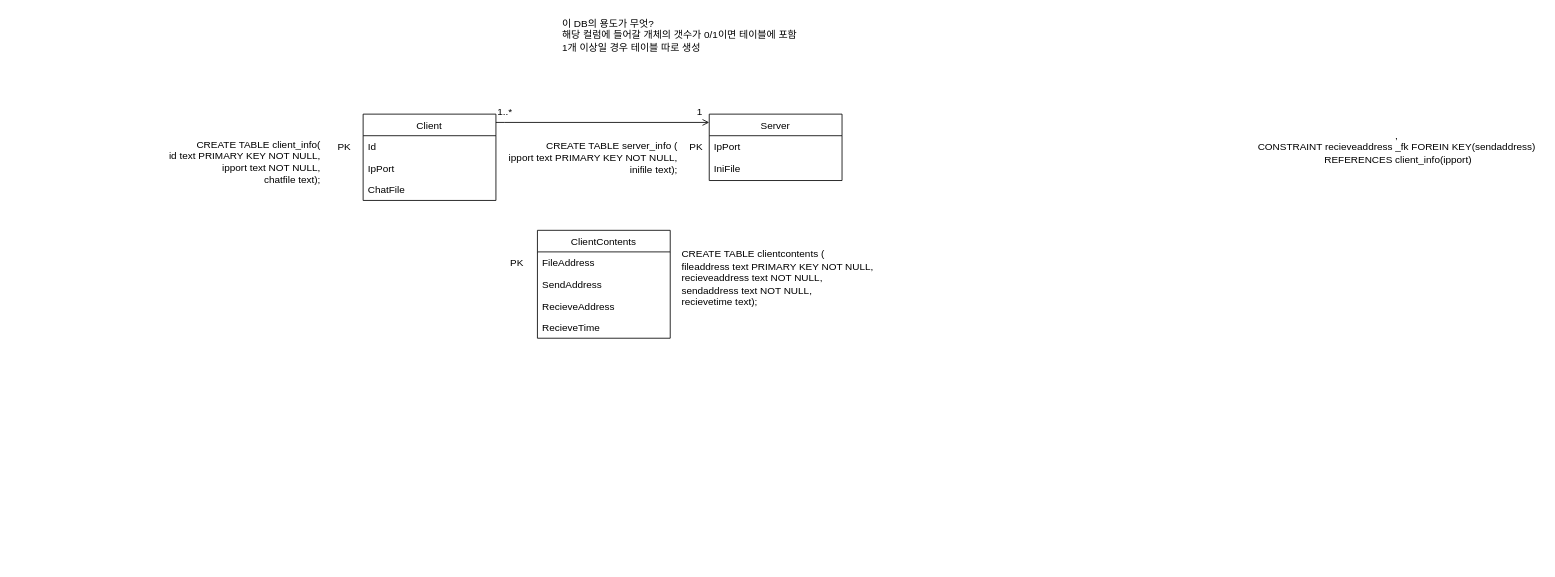
hisouske/4dplex_ojt keeps this draw.io diagram as Untitled Diagram.drawio. Above is the earlier version. Source tidied: cells renumbered, new cells numbered last; positions are measured from the earlier drawing's top-left corner, leaving out a move shared by most shapes. Both pictures are drawn from the tidied source at 83%, with x=0, y=0 at pixel (155, 14).
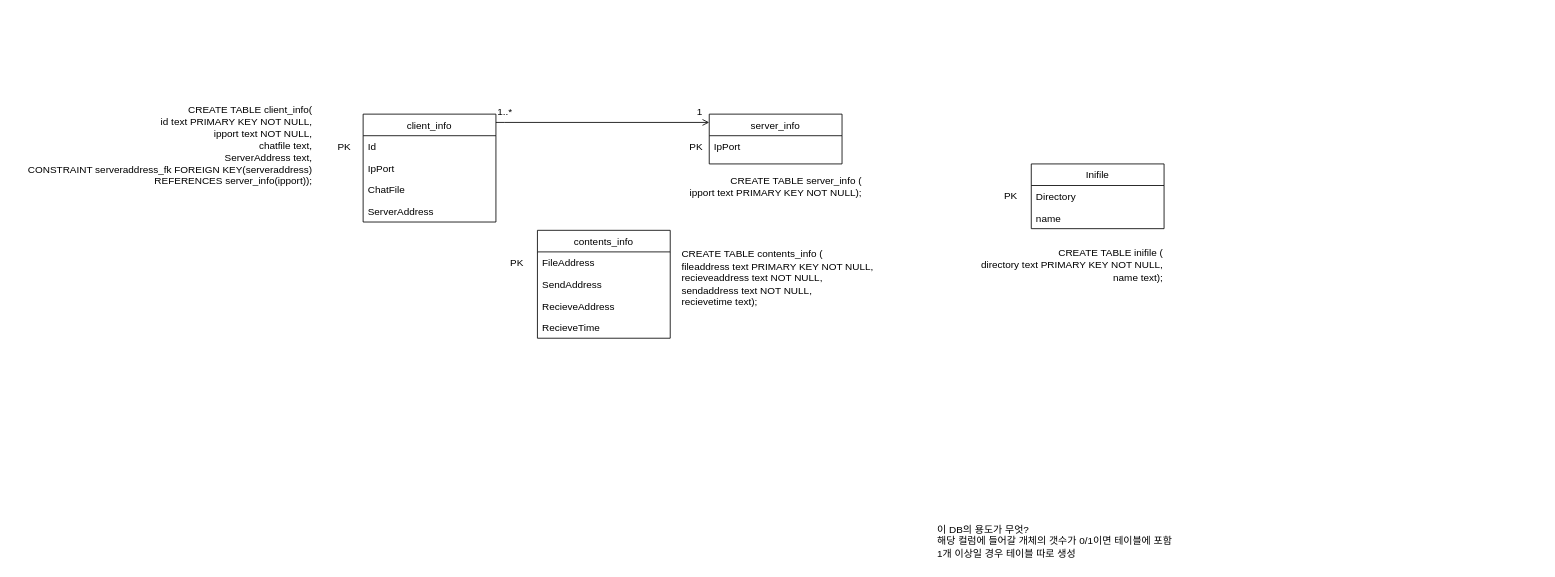
The same page after the edit.

Change to the diagram source:
```diff
@@
-    <mxCell id="2" value="Client" style="swimlane;fontStyle=0;align=center;verticalAlign=top;horizontal=1;startSize=26;rounded=0;shadow=0;strokeWidth=1;" parent="1" vertex="1">
-      <mxGeometry x="250" y="120" width="160" height="104" as="geometry" />
+    <mxCell id="2" value="client_info" style="swimlane;fontStyle=0;align=center;verticalAlign=top;horizontal=1;startSize=26;rounded=0;shadow=0;strokeWidth=1;" parent="1" vertex="1">
+      <mxGeometry x="250" y="120" width="160" height="130" as="geometry" />
     </mxCell>
@@
+    <mxCell id="25" value="ChatFile" style="text;align=left;verticalAlign=top;spacingLeft=4;spacingRight=4;overflow=hidden;rounded=0;shadow=0;html=0;" parent="2" vertex="1">
+      <mxGeometry y="78" width="160" height="26" as="geometry" />
+    </mxCell>
-    <mxCell id="5" value="ChatFile" style="text;align=left;verticalAlign=top;spacingLeft=4;spacingRight=4;overflow=hidden;rounded=0;shadow=0;html=0;" parent="2" vertex="1">
-      <mxGeometry y="78" width="160" height="26" as="geometry" />
+    <mxCell id="5" value="ServerAddress" style="text;align=left;verticalAlign=top;spacingLeft=4;spacingRight=4;overflow=hidden;rounded=0;shadow=0;html=0;" parent="2" vertex="1">
+      <mxGeometry y="104" width="160" height="26" as="geometry" />
     </mxCell>
-    <mxCell id="6" value="ClientContents" style="swimlane;fontStyle=0;align=center;verticalAlign=top;horizontal=1;startSize=26;rounded=0;shadow=0;strokeWidth=1;" parent="1" vertex="1">
+    <mxCell id="6" value="contents_info" style="swimlane;fontStyle=0;align=center;verticalAlign=top;horizontal=1;startSize=26;rounded=0;shadow=0;strokeWidth=1;" parent="1" vertex="1">
       <mxGeometry x="460" y="260" width="160" height="130" as="geometry" />
     </mxCell>
@@
-    <mxCell id="11" value="Server" style="swimlane;fontStyle=0;align=center;verticalAlign=top;horizontal=1;startSize=26;rounded=0;shadow=0;strokeWidth=1;" parent="1" vertex="1">
-      <mxGeometry x="667" y="120" width="160" height="80" as="geometry" />
+    <mxCell id="11" value="server_info" style="swimlane;fontStyle=0;align=center;verticalAlign=top;horizontal=1;startSize=26;rounded=0;shadow=0;strokeWidth=1;" parent="1" vertex="1">
+      <mxGeometry x="667" y="120" width="160" height="60" as="geometry" />
     </mxCell>
@@
-    <mxCell id="13" value="IniFile" style="text;align=left;verticalAlign=top;spacingLeft=4;spacingRight=4;overflow=hidden;rounded=0;shadow=0;html=0;" parent="11" vertex="1">
-      <mxGeometry y="52" width="160" height="26" as="geometry" />
-    </mxCell>
@@
-    <mxCell id="20" value="CREATE TABLE client_info(&lt;br&gt;id text PRIMARY KEY NOT NULL,&lt;br&gt;ipport text NOT NULL,&lt;br&gt;chatfile text);&lt;br&gt;&amp;nbsp;&amp;nbsp;" style="text;html=1;align=right;verticalAlign=middle;strokeColor=none;" parent="1" vertex="1">
-      <mxGeometry y="150" width="200" height="70" as="geometry" />
+    <mxCell id="20" value="CREATE TABLE client_info(&lt;br&gt;id text PRIMARY KEY NOT NULL,&lt;br&gt;ipport text NOT NULL,&lt;br&gt;chatfile text,&lt;br&gt;&lt;span style=&quot;text-align: left&quot;&gt;ServerAddress text,&lt;/span&gt;&lt;br&gt;CONSTRAINT serveraddress_fk FOREIGN KEY(serveraddress)&lt;br&gt;REFERENCES server_info(ipport));&lt;br&gt;&amp;nbsp;&amp;nbsp;" style="text;html=1;align=right;verticalAlign=middle;strokeColor=none;" parent="1" vertex="1">
+      <mxGeometry x="-170" y="110" width="360" height="110" as="geometry" />
     </mxCell>
-    <mxCell id="21" value="CREATE TABLE clientcontents (&lt;br&gt;fileaddress text PRIMARY KEY NOT NULL,&lt;br&gt;recieveaddress text NOT NULL,&lt;br&gt;sendaddress text NOT NULL,&lt;br&gt;recievetime text);&lt;br&gt;&amp;nbsp;&amp;nbsp;" style="text;html=1;align=left;verticalAlign=middle;strokeColor=none;" parent="1" vertex="1">
+    <mxCell id="21" value="CREATE TABLE contents_info (&lt;br&gt;fileaddress text PRIMARY KEY NOT NULL,&lt;br&gt;recieveaddress text NOT NULL,&lt;br&gt;sendaddress text NOT NULL,&lt;br&gt;recievetime text);&lt;br&gt;&amp;nbsp;&amp;nbsp;" style="text;html=1;align=left;verticalAlign=middle;strokeColor=none;" parent="1" vertex="1">
       <mxGeometry x="632" y="280" width="250" height="90" as="geometry" />
     </mxCell>
     <mxCell id="22" value="이 DB의 용도가 무엇?&lt;br&gt;해당 컬럼에 들어갈 개체의 갯수가 0/1이면 테이블에 포함&lt;br&gt;1개 이상일 경우 테이블 따로 생성" style="text;html=1;align=left;verticalAlign=middle;strokeColor=none;" parent="1" vertex="1">
-      <mxGeometry x="488" width="320" height="50" as="geometry" />
+      <mxGeometry x="940" y="610" width="320" height="50" as="geometry" />
     </mxCell>
-    <mxCell id="23" value="CREATE TABLE server_info (&lt;br&gt;ipport text PRIMARY KEY NOT NULL,&lt;br&gt;inifile text);&lt;br&gt;&amp;nbsp;&amp;nbsp;" style="text;html=1;align=right;verticalAlign=middle;strokeColor=none;" parent="1" vertex="1">
-      <mxGeometry x="410" y="150" width="220" height="60" as="geometry" />
+    <mxCell id="23" value="CREATE TABLE server_info (&lt;br&gt;ipport text PRIMARY KEY NOT NULL);&lt;br&gt;&amp;nbsp;&amp;nbsp;" style="text;html=1;align=right;verticalAlign=middle;strokeColor=none;" parent="1" vertex="1">
+      <mxGeometry x="632" y="190" width="220" height="50" as="geometry" />
     </mxCell>
-    <mxCell id="24" value="&lt;span style=&quot;text-align: left&quot;&gt;,&lt;/span&gt;&lt;br style=&quot;text-align: left&quot;&gt;&lt;span style=&quot;text-align: left&quot;&gt;CONSTRAINT recieveaddress&amp;nbsp;_fk FOREIN KEY(sendaddress)&lt;/span&gt;&lt;br style=&quot;text-align: left&quot;&gt;&lt;span style=&quot;text-align: left&quot;&gt;&amp;nbsp;REFERENCES client_info(ipport)&lt;/span&gt;" style="text;html=1;align=center;verticalAlign=middle;strokeColor=none;" parent="1" vertex="1">
-      <mxGeometry x="1320" y="135" width="350" height="50" as="geometry" />
-    </mxCell>
+    <mxCell id="26" value="Inifile" style="swimlane;fontStyle=0;align=center;verticalAlign=top;horizontal=1;startSize=26;rounded=0;shadow=0;strokeWidth=1;" parent="1" vertex="1">
+      <mxGeometry x="1055" y="180" width="160" height="78" as="geometry" />
+    </mxCell>
+    <mxCell id="27" value="Directory" style="text;align=left;verticalAlign=top;spacingLeft=4;spacingRight=4;overflow=hidden;rounded=0;shadow=0;html=0;" parent="26" vertex="1">
+      <mxGeometry y="26" width="160" height="26" as="geometry" />
+    </mxCell>
+    <mxCell id="28" value="name" style="text;align=left;verticalAlign=top;spacingLeft=4;spacingRight=4;overflow=hidden;rounded=0;shadow=0;html=0;" parent="26" vertex="1">
+      <mxGeometry y="52" width="160" height="26" as="geometry" />
+    </mxCell>
+    <mxCell id="29" value="CREATE TABLE inifile (&lt;br&gt;directory text PRIMARY KEY NOT NULL,&lt;br&gt;name text);&lt;br&gt;&amp;nbsp;&amp;nbsp;" style="text;html=1;align=right;verticalAlign=middle;strokeColor=none;" parent="1" vertex="1">
+      <mxGeometry x="985" y="279" width="230" height="60" as="geometry" />
+    </mxCell>
+    <mxCell id="30" value="PK" style="text;html=1;align=center;verticalAlign=middle;strokeColor=none;" parent="1" vertex="1">
+      <mxGeometry x="1015" y="209" width="30" height="20" as="geometry" />
+    </mxCell>
```
